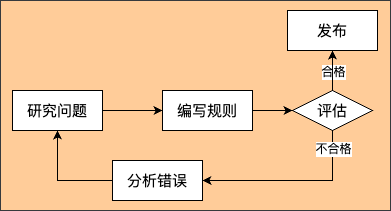
Above: static/img/ml/1/传统规则系统.drawio.png in Aurelius-Huang/aurelius-huang.io (draw.io), before the change. Source tidied: cells renumbered, new cells last; positions are measured from the earlier drawing's top-left corner, leaving out a move shared by most shapes.
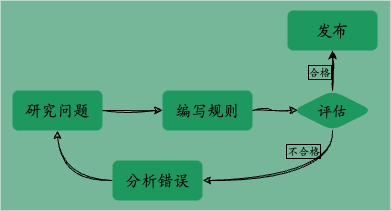
Later version of the same file.

What changed in the source:
```diff
@@ -2,50 +2,54 @@
   <root>
     <mxCell id="0" />
     <mxCell id="1" parent="0" />
-    <mxCell id="2" style="rounded=0;whiteSpace=wrap;html=1;fillColor=#ffcc99;strokeColor=#36393d;" parent="1" vertex="1">
+    <mxCell id="2" style="rounded=0;whiteSpace=wrap;html=1;fillColor=#75b798;strokeColor=none;glass=0;shadow=0;" parent="1" vertex="1">
       <mxGeometry width="390" height="210" as="geometry" />
     </mxCell>
-    <mxCell id="3" style="edgeStyle=orthogonalEdgeStyle;rounded=0;jettySize=auto;html=1;entryX=0;entryY=0.5;entryDx=0;entryDy=0;fontSize=15;" parent="1" edge="1" source="4" target="6">
+    <mxCell id="3" style="edgeStyle=orthogonalEdgeStyle;rounded=0;jettySize=auto;html=1;fontSize=15;sketch=1;curveFitting=1;jiggle=2;" parent="1" edge="1" source="4" target="6">
       <mxGeometry relative="1" as="geometry" />
     </mxCell>
-    <mxCell id="4" value="研究问题" style="rounded=0;whiteSpace=wrap;html=1;fontSize=15;" parent="1" vertex="1">
+    <mxCell id="4" value="研究问题" style="rounded=1;whiteSpace=wrap;html=1;fontSize=16;strokeColor=none;fontFamily=Kaiti SC;fillColor=#1D995F;" parent="1" vertex="1">
       <mxGeometry x="12" y="90" width="90" height="40" as="geometry" />
     </mxCell>
-    <mxCell id="5" style="edgeStyle=orthogonalEdgeStyle;rounded=0;jettySize=auto;html=1;entryX=0;entryY=0.5;entryDx=0;entryDy=0;fontSize=15;" parent="1" edge="1" source="6" target="15">
+    <mxCell id="5" style="edgeStyle=orthogonalEdgeStyle;rounded=0;jettySize=auto;html=1;fontSize=15;sketch=1;curveFitting=1;jiggle=2;entryX=0.068;entryY=0.493;entryDx=0;entryDy=0;entryPerimeter=0;" parent="1" edge="1" source="6" target="15">
       <mxGeometry relative="1" as="geometry" />
     </mxCell>
-    <mxCell id="6" value="编写规则" style="rounded=0;whiteSpace=wrap;html=1;fontSize=15;" parent="1" vertex="1">
+    <mxCell id="6" value="编写规则" style="rounded=1;whiteSpace=wrap;html=1;fontSize=16;strokeColor=none;fontFamily=Kaiti SC;fillColor=#1D995F;" parent="1" vertex="1">
       <mxGeometry x="162" y="90" width="90" height="40" as="geometry" />
     </mxCell>
-    <mxCell id="7" style="edgeStyle=orthogonalEdgeStyle;rounded=0;jettySize=auto;html=1;entryX=0.5;entryY=1;entryDx=0;entryDy=0;fontSize=15;" parent="1" edge="1" source="8" target="4">
+    <mxCell id="7" style="edgeStyle=orthogonalEdgeStyle;rounded=0;jettySize=auto;html=1;entryX=0.5;entryY=1;entryDx=0;entryDy=0;fontSize=15;curved=1;sketch=1;curveFitting=1;jiggle=2;" parent="1" edge="1" source="8" target="4">
       <mxGeometry relative="1" as="geometry" />
     </mxCell>
-    <mxCell id="8" value="分析错误" style="rounded=0;whiteSpace=wrap;html=1;fontSize=15;" parent="1" vertex="1">
+    <mxCell id="8" value="分析错误" style="rounded=1;whiteSpace=wrap;html=1;fontSize=16;strokeColor=none;fontFamily=Kaiti SC;fillColor=#1D995F;" parent="1" vertex="1">
       <mxGeometry x="112" y="160" width="90" height="40" as="geometry" />
     </mxCell>
-    <mxCell id="9" value="发布" style="rounded=0;whiteSpace=wrap;html=1;fontSize=15;" parent="1" vertex="1">
+    <mxCell id="9" value="发布" style="rounded=1;whiteSpace=wrap;html=1;fontSize=16;strokeColor=none;fontFamily=Kaiti SC;fillColor=#1D995F;fillStyle=auto;" parent="1" vertex="1">
       <mxGeometry x="287" y="10" width="90" height="40" as="geometry" />
     </mxCell>
-    <mxCell id="10" style="edgeStyle=orthogonalEdgeStyle;rounded=0;jettySize=auto;html=1;entryX=1;entryY=0.5;entryDx=0;entryDy=0;fontSize=15;" parent="1" edge="1" source="15" target="8">
+    <mxCell id="10" style="edgeStyle=orthogonalEdgeStyle;rounded=0;jettySize=auto;html=1;entryX=1;entryY=0.5;entryDx=0;entryDy=0;fontSize=15;curved=1;exitX=0.5;exitY=1;exitDx=0;exitDy=0;sketch=1;curveFitting=1;jiggle=2;" parent="1" edge="1" source="15" target="8">
       <mxGeometry relative="1" as="geometry">
         <Array as="points">
           <mxPoint x="332" y="180" />
         </Array>
       </mxGeometry>
     </mxCell>
-    <mxCell id="11" value="不合格" style="edgeLabel;html=1;align=center;verticalAlign=middle;fontSize=12;" parent="10" vertex="1">
-      <mxGeometry x="-0.8" relative="1" as="geometry" />
+    <mxCell id="11" value="&lt;font style=&quot;font-size: 11px;&quot;&gt;不合格&lt;/font&gt;" style="edgeLabel;html=1;align=center;verticalAlign=middle;fontSize=11;labelBackgroundColor=none;labelBorderColor=default;fontFamily=Kaiti SC;" parent="10" vertex="1">
+      <mxGeometry x="-0.8" relative="1" as="geometry">
+        <mxPoint x="-30" y="2" as="offset" />
+      </mxGeometry>
     </mxCell>
     <mxCell id="12" style="edgeStyle=orthogonalEdgeStyle;rounded=0;jettySize=auto;html=1;entryX=0.5;entryY=1;entryDx=0;entryDy=0;fontSize=15;" parent="1" edge="1" source="15" target="9">
       <mxGeometry relative="1" as="geometry" />
     </mxCell>
-    <mxCell id="13" value="合格" style="edgeLabel;html=1;align=center;verticalAlign=middle;fontSize=12;" parent="12" vertex="1">
-      <mxGeometry x="-0.05" relative="1" as="geometry" />
+    <mxCell id="13" value="&lt;font style=&quot;font-size: 11px;&quot;&gt;合格&lt;/font&gt;" style="edgeLabel;html=1;align=center;verticalAlign=middle;fontSize=11;labelBackgroundColor=none;fontColor=default;labelBorderColor=default;fontFamily=Kaiti SC;" parent="12" vertex="1">
+      <mxGeometry x="-0.05" relative="1" as="geometry">
+        <mxPoint x="-14" as="offset" />
+      </mxGeometry>
     </mxCell>
-    <mxCell id="14" style="edgeStyle=orthogonalEdgeStyle;rounded=0;jettySize=auto;html=1;fontSize=15;" parent="1" edge="1" source="15" target="9">
+    <mxCell id="14" style="edgeStyle=orthogonalEdgeStyle;rounded=0;jettySize=auto;html=1;fontSize=15;sketch=1;curveFitting=1;jiggle=2;" parent="1" edge="1" source="15" target="9">
       <mxGeometry relative="1" as="geometry" />
     </mxCell>
-    <mxCell id="15" value="评估" style="rhombus;whiteSpace=wrap;html=1;fontSize=15;" parent="1" vertex="1">
+    <mxCell id="15" value="评估" style="rhombus;whiteSpace=wrap;html=1;fontSize=15;strokeColor=none;fontFamily=Kaiti SC;rounded=1;fillColor=#1D995F;" parent="1" vertex="1">
       <mxGeometry x="292" y="90" width="80" height="40" as="geometry" />
     </mxCell>
   </root>
```
